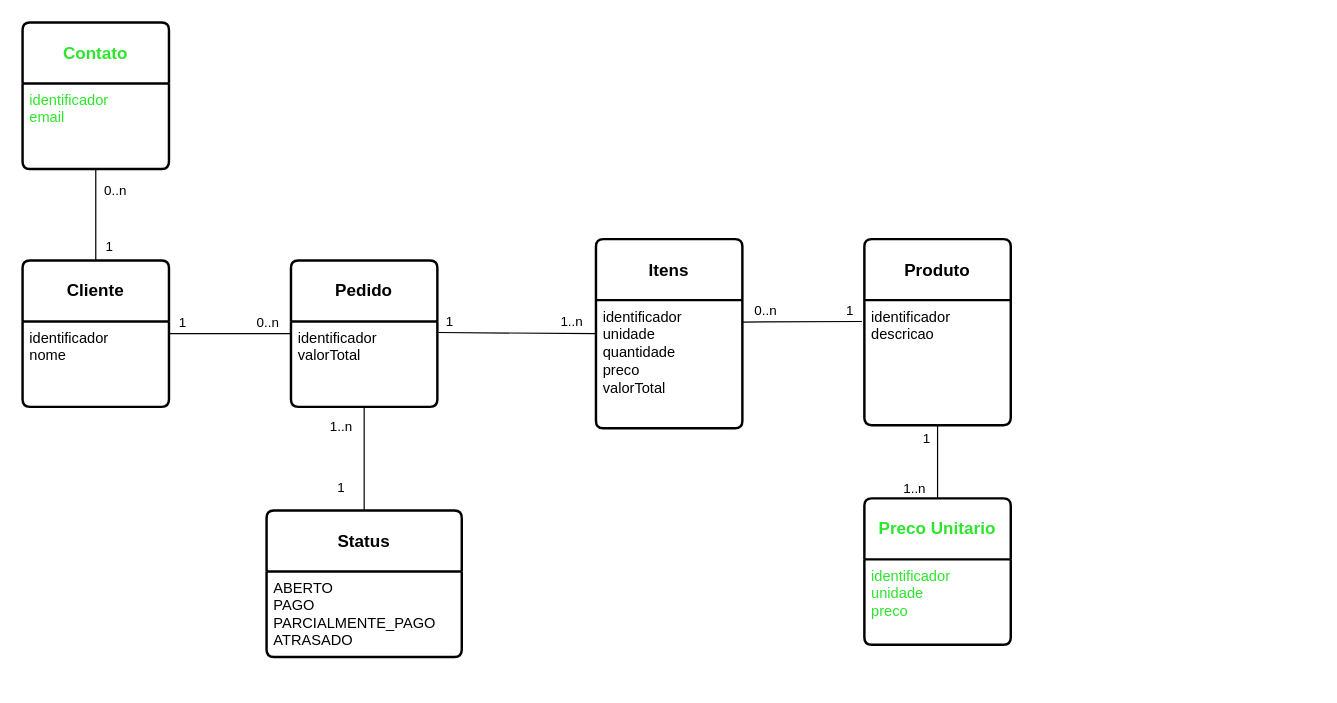
The draw.io diagram page "Fiado" (2 of 2) of patterns/Algafood.drawio in bcmes/diagrams, before the edit. Source tidied: cells renumbered, new cells numbered last; positions are measured from the earlier drawing's top-left corner, leaving out a move shared by most shapes. Both pictures are drawn from the tidied source at 122%, with x=0, y=0 at pixel (22, 22).
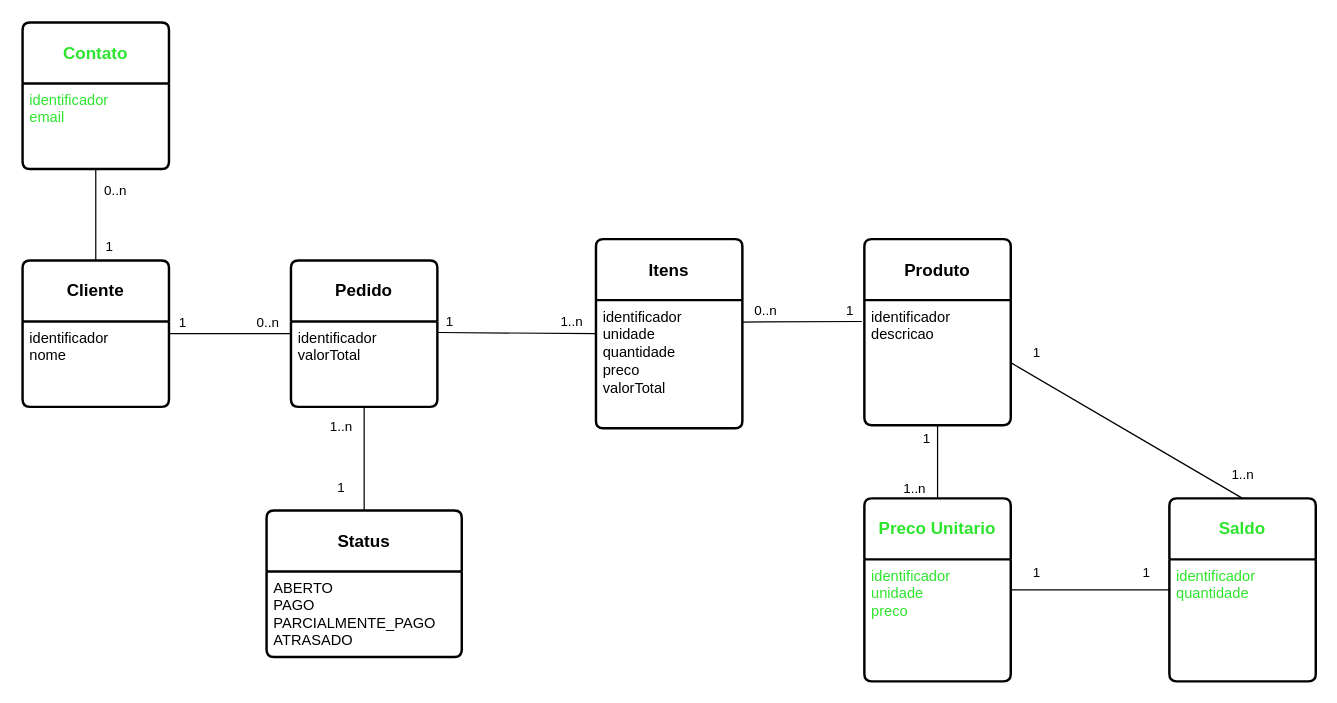
Above is the later version.

Unchanged cells that the change refers to:
```xml
<mxCell id="15" value="&lt;div&gt;identificador&lt;/div&gt;&lt;div&gt;descricao&lt;/div&gt;" style="align=left;strokeColor=none;fillColor=none;spacingLeft=4;fontSize=12;verticalAlign=top;html=1;" parent="14" vertex="1">
  <mxGeometry y="50" width="120" height="102.5" as="geometry" />
</mxCell>
```

What changed in the source:
```diff
@@
     <mxCell id="24" value="&lt;b&gt;Preco Unitario&lt;br&gt;&lt;/b&gt;" style="swimlane;horizontal=1;startSize=50;rounded=1;fontSize=14;fontStyle=0;strokeWidth=2;shadow=0;dashed=0;align=center;arcSize=4;whiteSpace=wrap;html=1;fontColor=#2CE52C;" parent="1" vertex="1">
-      <mxGeometry x="690" y="390" width="120" height="120" as="geometry" />
+      <mxGeometry x="690" y="390" width="120" height="150" as="geometry" />
     </mxCell>
-    <mxCell id="25" value="&lt;div&gt;&lt;font color=&quot;#2ce52c&quot;&gt;identificador&lt;/font&gt;&lt;/div&gt;&lt;div&gt;&lt;font color=&quot;#2ce52c&quot;&gt;unidade&lt;br&gt;&lt;/font&gt;&lt;/div&gt;&lt;font color=&quot;#2ce52c&quot;&gt;preco&lt;/font&gt;" style="align=left;strokeColor=none;fillColor=none;spacingLeft=4;fontSize=12;verticalAlign=top;html=1;" parent="24" vertex="1">
-      <mxGeometry y="50" width="120" height="70" as="geometry" />
+    <mxCell id="25" value="&lt;div&gt;&lt;font color=&quot;#2ce52c&quot;&gt;identificador&lt;/font&gt;&lt;/div&gt;&lt;div&gt;&lt;font color=&quot;#2ce52c&quot;&gt;unidade&lt;br&gt;&lt;/font&gt;&lt;/div&gt;&lt;div&gt;&lt;font color=&quot;#2ce52c&quot;&gt;preco&lt;/font&gt;&lt;/div&gt;" style="align=left;strokeColor=none;fillColor=none;spacingLeft=4;fontSize=12;verticalAlign=top;html=1;" parent="24" vertex="1">
+      <mxGeometry y="50" width="120" height="100" as="geometry" />
     </mxCell>
@@
+    <mxCell id="34" value="&lt;b&gt;Saldo&lt;/b&gt;" style="swimlane;horizontal=1;startSize=50;rounded=1;fontSize=14;fontStyle=0;strokeWidth=2;shadow=0;dashed=0;align=center;arcSize=4;whiteSpace=wrap;html=1;fontColor=#2CE52C;" parent="1" vertex="1">
+      <mxGeometry x="940" y="390" width="120" height="150" as="geometry" />
+    </mxCell>
+    <mxCell id="35" value="&lt;div&gt;&lt;font color=&quot;#2ce52c&quot;&gt;identificador&lt;/font&gt;&lt;/div&gt;&lt;div&gt;&lt;font color=&quot;#2ce52c&quot;&gt;quantidade&lt;br&gt;&lt;/font&gt;&lt;/div&gt;&lt;font color=&quot;#2ce52c&quot;&gt;&lt;/font&gt;" style="align=left;strokeColor=none;fillColor=none;spacingLeft=4;fontSize=12;verticalAlign=top;html=1;" parent="34" vertex="1">
+      <mxGeometry y="50" width="120" height="100" as="geometry" />
+    </mxCell>
+    <mxCell id="36" style="endArrow=none;html=1;rounded=0;exitX=0.5;exitY=0;exitDx=0;exitDy=0;entryX=1;entryY=0.5;entryDx=0;entryDy=0;" parent="1" edge="1" source="34" target="15">
+      <mxGeometry relative="1" as="geometry" />
+    </mxCell>
+    <mxCell id="37" value="1" style="edgeLabel;html=1;align=center;verticalAlign=middle;" parent="36" vertex="1">
+      <mxGeometry x="0.29" relative="1" as="geometry">
+        <mxPoint x="-47" y="-48" as="offset" />
+      </mxGeometry>
+    </mxCell>
+    <mxCell id="38" value="1..n" style="edgeLabel;html=1;align=center;verticalAlign=middle;" parent="36" vertex="1">
+      <mxGeometry x="0.18" relative="1" as="geometry">
+        <mxPoint x="112" y="46" as="offset" />
+      </mxGeometry>
+    </mxCell>
+    <mxCell id="39" style="endArrow=none;html=1;rounded=0;exitX=0;exitY=0.25;exitDx=0;exitDy=0;entryX=1;entryY=0.25;entryDx=0;entryDy=0;" parent="1" edge="1" source="35" target="25">
+      <mxGeometry relative="1" as="geometry" />
+    </mxCell>
+    <mxCell id="40" value="1" style="edgeLabel;html=1;align=center;verticalAlign=middle;" parent="39" vertex="1">
+      <mxGeometry x="0.29" relative="1" as="geometry">
+        <mxPoint x="64" y="-15" as="offset" />
+      </mxGeometry>
+    </mxCell>
+    <mxCell id="41" value="1" style="edgeLabel;html=1;align=center;verticalAlign=middle;" parent="39" vertex="1">
+      <mxGeometry x="0.18" relative="1" as="geometry">
+        <mxPoint x="-33" y="-15" as="offset" />
+      </mxGeometry>
+    </mxCell>
```
